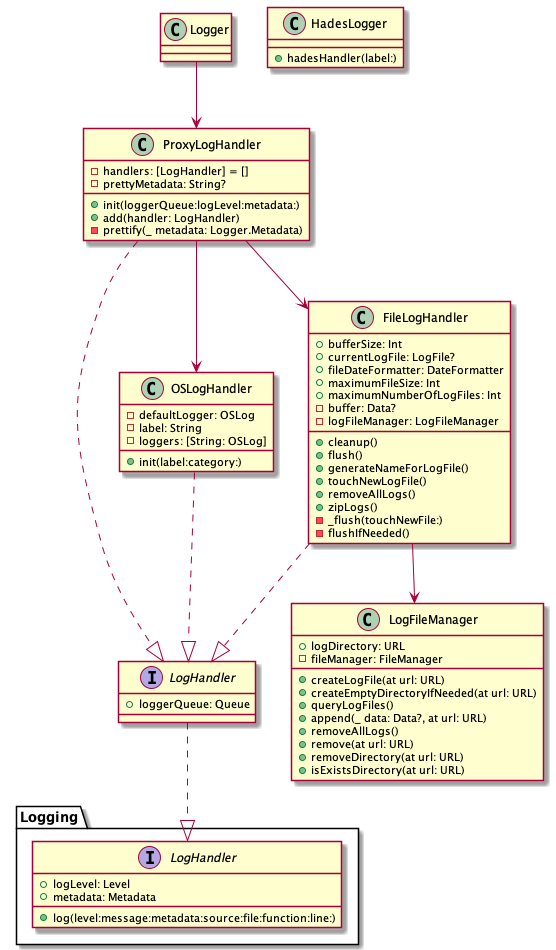
hugo-h-tang/hades-logger keeps this PlantUML diagram as docs/01.class_diagram.png. Above is the earlier version. Its diagram source:
```plantuml
@startuml
interface Logging.LogHandler {
  +logLevel: Level
  +metadata: Metadata

  +log(level:message:metadata:source:file:function:line:)
}
interface LogHandler {
  +loggerQueue: Queue
}
class Logger
class HadesLogger {
  + hadesHandler(label:)
}
class ProxyLogHandler {
  - handlers: [LogHandler] = []
  - prettyMetadata: String?

  + init(loggerQueue:logLevel:metadata:)
  + add(handler: LogHandler)
  - prettify(_ metadata: Logger.Metadata)
}
class OSLogHandler {
  - defaultLogger: OSLog
  - label: String
  - loggers: [String: OSLog]

  + init(label:category:)
}
class FileLogHandler {
  + bufferSize: Int
  + currentLogFile: LogFile?
  + fileDateFormatter: DateFormatter
  + maximumFileSize: Int
  + maximumNumberOfLogFiles: Int
  - buffer: Data?
  - logFileManager: LogFileManager

  + cleanup()
  + flush()
  + generateNameForLogFile()
  + touchNewLogFile()
  + removeAllLogs()
  + zipLogs()
  - _flush(touchNewFile:)
  - flushIfNeeded()
}
class LogFileManager {
  + logDirectory: URL
  - fileManager: FileManager

  + createLogFile(at url: URL)
  + createEmptyDirectoryIfNeeded(at url: URL)
  + queryLogFiles()
  + append(_ data: Data?, at url: URL)
  + removeAllLogs()
  + remove(at url: URL)
  + removeDirectory(at url: URL)
  + isExistsDirectory(at url: URL)
}

LogHandler ..|> Logging.LogHandler
Logger --> ProxyLogHandler
ProxyLogHandler ..|> LogHandler
OSLogHandler ..|> LogHandler
FileLogHandler ..|> LogHandler
FileLogHandler --> LogFileManager
ProxyLogHandler --> OSLogHandler
ProxyLogHandler -->  FileLogHandler

@enduml
```
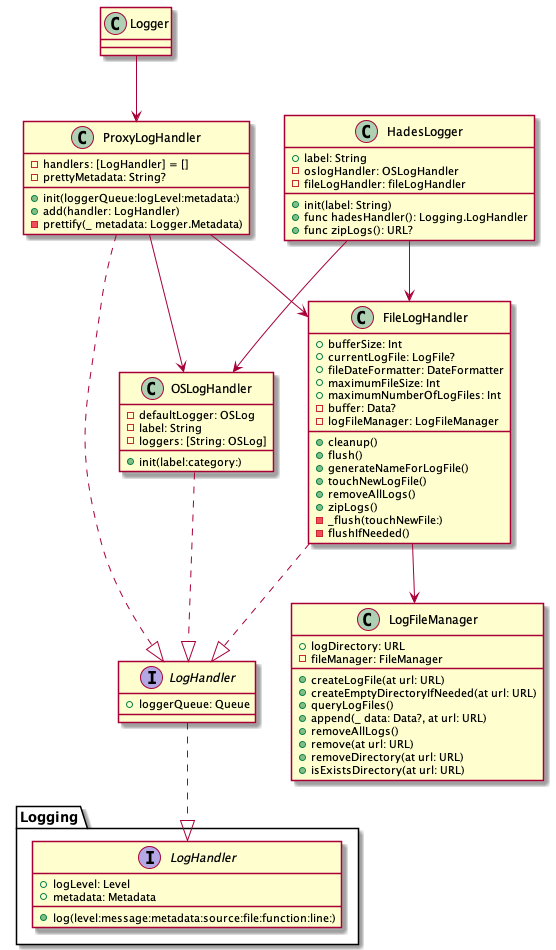
Above is the later version.

The edit, as a diff of the source:
```diff
@@ -10,7 +10,13 @@
 }
 class Logger
 class HadesLogger {
-  + hadesHandler(label:)
+  + label: String
+  - oslogHandler: OSLogHandler
+  - fileLogHandler: fileLogHandler
+
+  + init(label: String)
+  + func hadesHandler(): Logging.LogHandler
+  + func zipLogs(): URL?
 }
 class ProxyLogHandler {
   - handlers: [LogHandler] = []
@@ -59,6 +65,8 @@
   + isExistsDirectory(at url: URL)
 }
 
+HadesLogger --> OSLogHandler
+HadesLogger --> FileLogHandler
 LogHandler ..|> Logging.LogHandler
 Logger --> ProxyLogHandler
 ProxyLogHandler ..|> LogHandler
```
